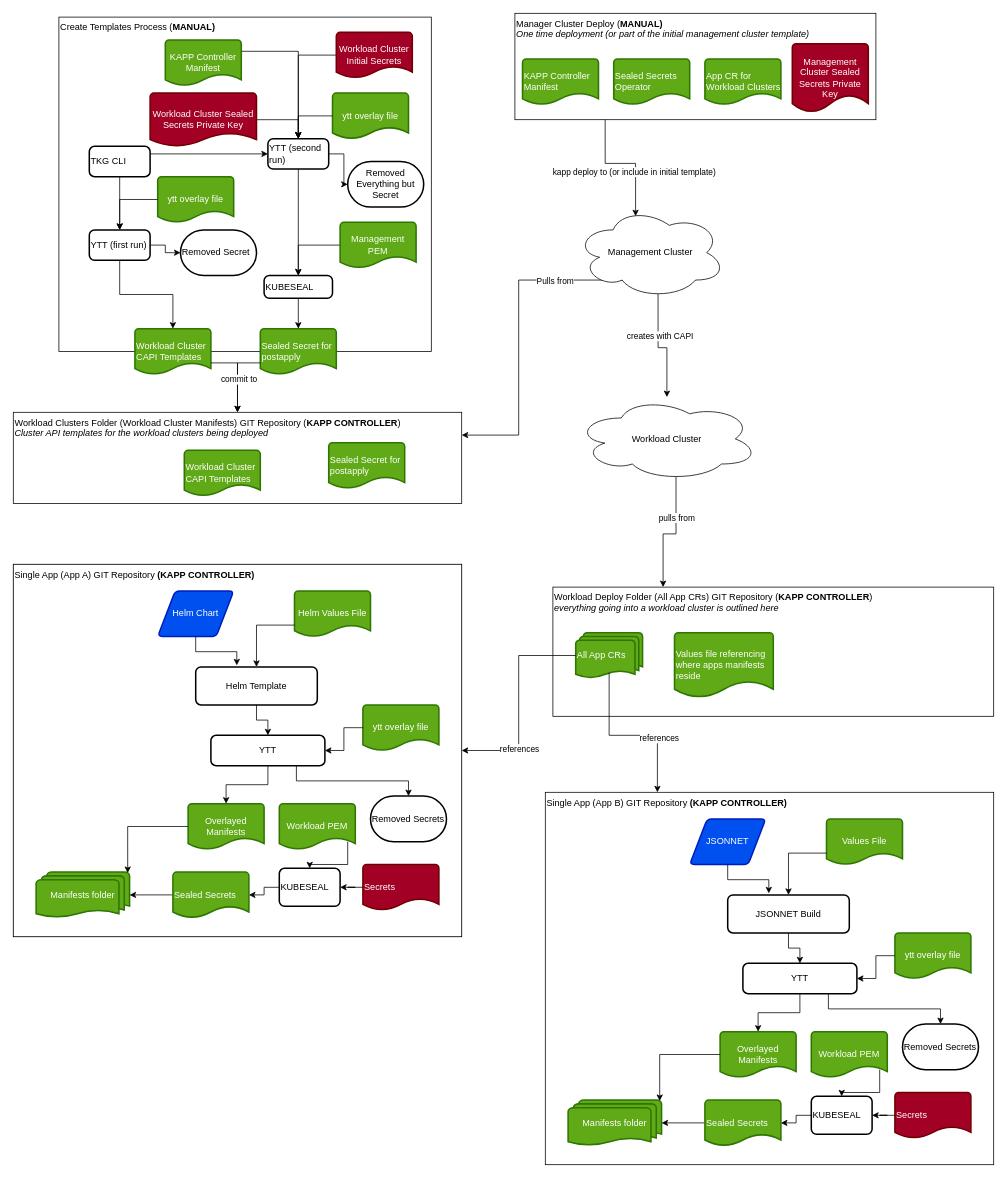
This is page "Variables Flow" (2 of 2) of gitops.dio from voor/cluster-api-gitops, a draw.io file, before an edit. Source tidied: cells renumbered, new cells numbered last; positions are measured from the earlier drawing's top-left corner, leaving out a move shared by most shapes. Both pictures are drawn from the tidied source at 76%, with x=0, y=0 at pixel (13, 13).
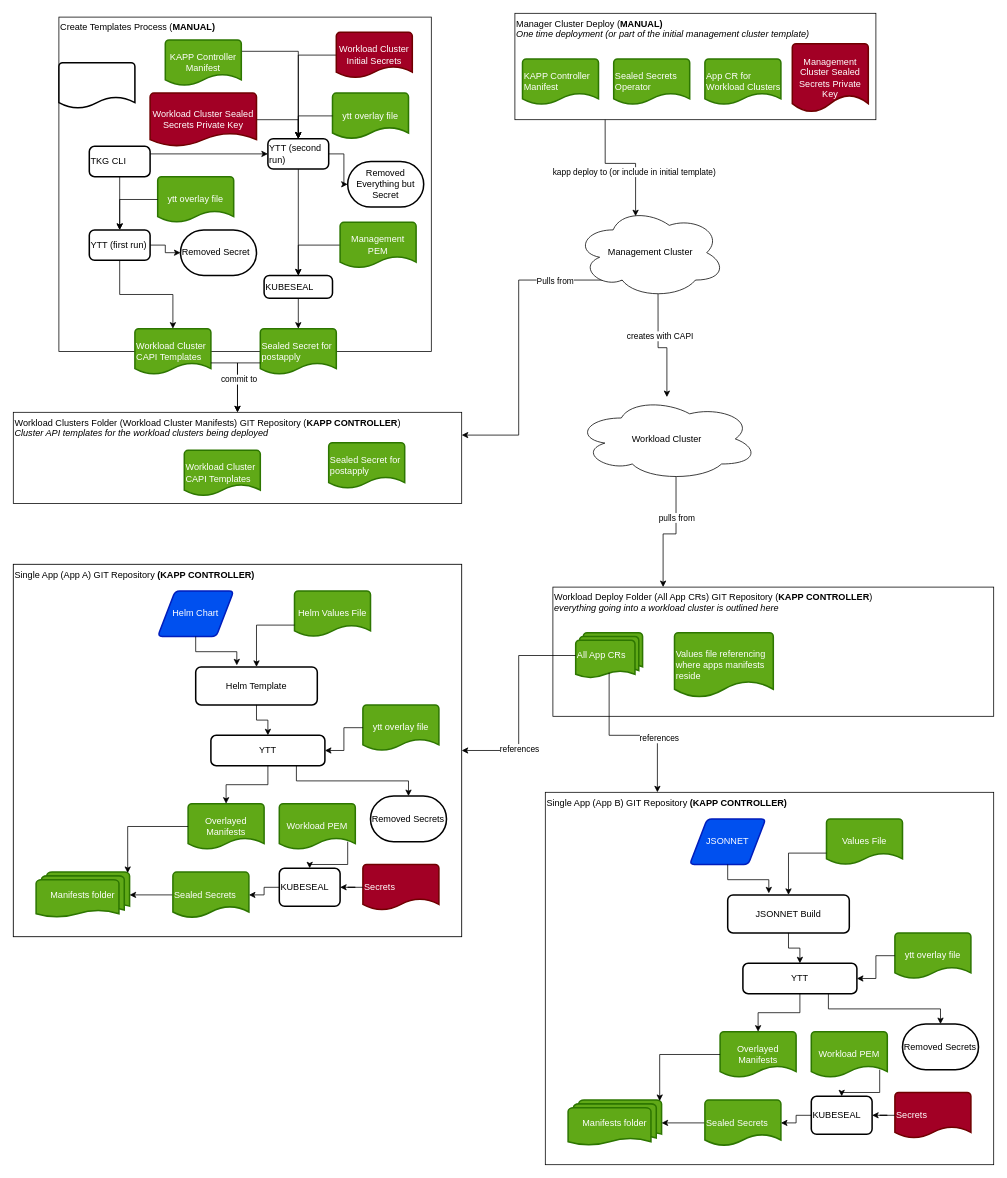
The same page after the edit.

What changed in the source:
```diff
@@
+    <mxCell id="113" style="strokeWidth=2;html=1;shape=mxgraph.flowchart.document2;whiteSpace=wrap;size=0.25;" parent="1" vertex="1">
+      <mxGeometry x="60" y="65" width="100" height="60" as="geometry" />
+    </mxCell>
```
